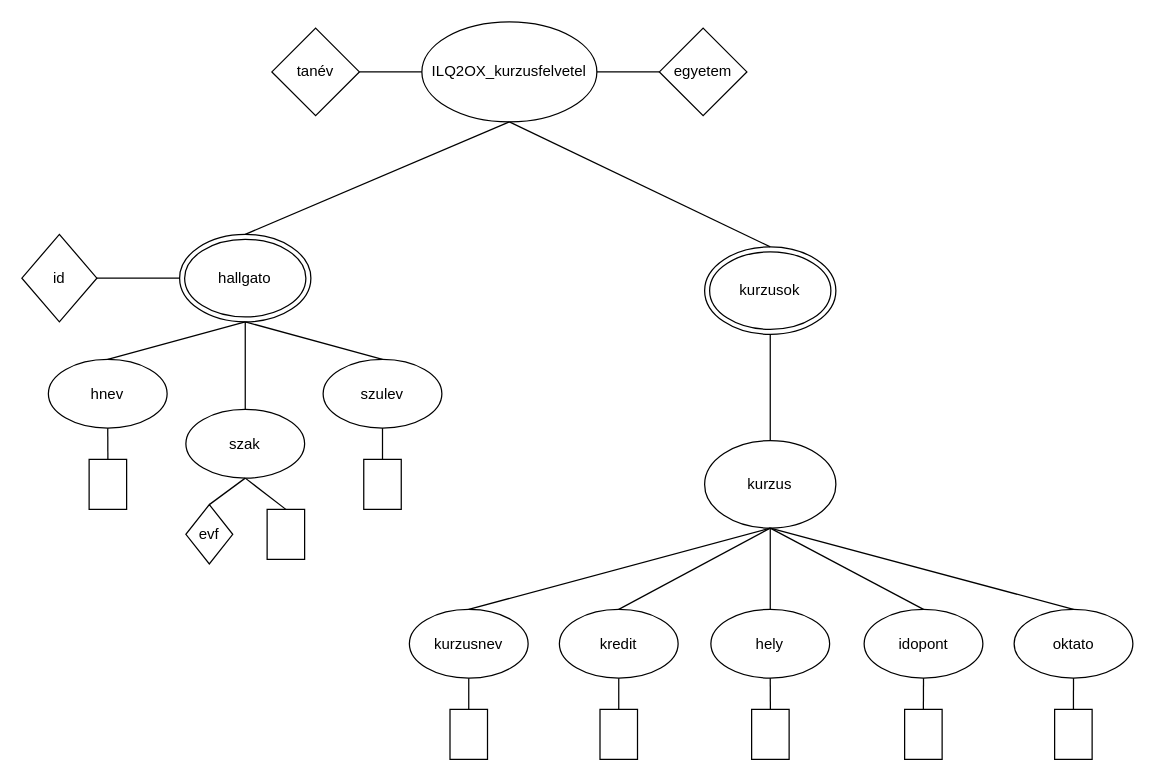
This is ILQ2OX_1007/kurzusfelvetel/ILQ2OX_kurzusfelvetel.drawio from DCsabezY/ILQ2OXWebXML, a draw.io file, before an edit. Source tidied: cells renumbered, new cells numbered last; positions are measured from the earlier drawing's top-left corner, leaving out a move shared by most shapes. Both pictures are drawn from the tidied source at 125%, with x=0, y=0 at pixel (21, 21).
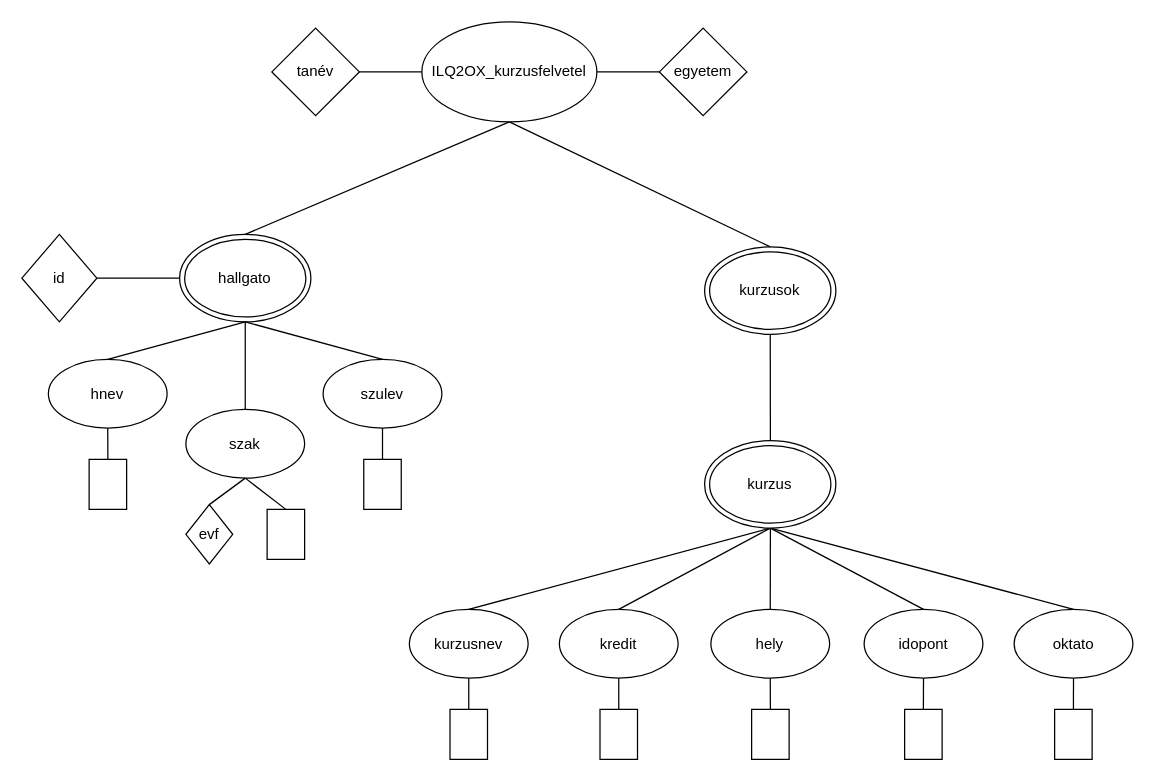
Above is the later version.

The change refers to these unchanged cells:
```xml
<mxCell id="14" value="kurzusok" style="ellipse;shape=doubleEllipse;whiteSpace=wrap;html=1;" parent="1" vertex="1">
  <mxGeometry x="546.2" y="180" width="105" height="70" as="geometry" />
</mxCell>
<mxCell id="16" value="hely" style="ellipse;whiteSpace=wrap;html=1;shapeInside=1;" parent="1" vertex="1">
  <mxGeometry x="551.2" y="470" width="95" height="55" as="geometry" />
</mxCell>
<mxCell id="18" value="idopont" style="ellipse;whiteSpace=wrap;html=1;shapeInside=1;" parent="1" vertex="1">
  <mxGeometry x="673.8" y="470" width="95" height="55" as="geometry" />
</mxCell>
<mxCell id="20" value="oktato" style="ellipse;whiteSpace=wrap;html=1;shapeInside=1;" parent="1" vertex="1">
  <mxGeometry x="793.8" y="470" width="95" height="55" as="geometry" />
</mxCell>
<mxCell id="22" value="kurzusnev" style="ellipse;whiteSpace=wrap;html=1;shapeInside=1;" parent="1" vertex="1">
  <mxGeometry x="310" y="470" width="95" height="55" as="geometry" />
</mxCell>
<mxCell id="24" value="kredit" style="ellipse;whiteSpace=wrap;html=1;shapeInside=1;" parent="1" vertex="1">
  <mxGeometry x="430" y="470" width="95" height="55" as="geometry" />
</mxCell>
```

The edit, as a diff of the source:
```diff
@@
-    <mxCell id="15" value="kurzus" style="ellipse;whiteSpace=wrap;html=1;shapeInside=1;" parent="1" vertex="1">
-      <mxGeometry x="546.2" y="335" width="105" height="70" as="geometry" />
-    </mxCell>
@@
-    <mxCell id="43" style="endArrow=none;html=1;rounded=0;exitX=0.5;exitY=0;exitDx=0;exitDy=0;entryX=0.5;entryY=1;entryDx=0;entryDy=0;" parent="1" edge="1" source="20" target="15">
-      <mxGeometry relative="1" as="geometry" />
+    <mxCell id="43" style="endArrow=none;html=1;rounded=0;exitX=0.5;exitY=0;exitDx=0;exitDy=0;entryX=0.5;entryY=1;entryDx=0;entryDy=0;" parent="1" edge="1" source="20">
+      <mxGeometry relative="1" as="geometry">
+        <mxPoint x="598.8" y="405" as="targetPoint" />
+      </mxGeometry>
     </mxCell>
-    <mxCell id="44" style="endArrow=none;html=1;rounded=0;exitX=0.5;exitY=1;exitDx=0;exitDy=0;entryX=0.5;entryY=0;entryDx=0;entryDy=0;" parent="1" edge="1" source="15" target="18">
-      <mxGeometry relative="1" as="geometry" />
+    <mxCell id="44" style="endArrow=none;html=1;rounded=0;exitX=0.5;exitY=1;exitDx=0;exitDy=0;entryX=0.5;entryY=0;entryDx=0;entryDy=0;" parent="1" edge="1" target="18">
+      <mxGeometry relative="1" as="geometry">
+        <mxPoint x="598.8" y="405" as="sourcePoint" />
+      </mxGeometry>
     </mxCell>
-    <mxCell id="45" style="endArrow=none;html=1;rounded=0;exitX=0.5;exitY=1;exitDx=0;exitDy=0;entryX=0.5;entryY=0;entryDx=0;entryDy=0;" parent="1" edge="1" source="15" target="16">
-      <mxGeometry relative="1" as="geometry" />
+    <mxCell id="45" style="endArrow=none;html=1;rounded=0;exitX=0.5;exitY=1;exitDx=0;exitDy=0;entryX=0.5;entryY=0;entryDx=0;entryDy=0;" parent="1" edge="1" target="16">
+      <mxGeometry relative="1" as="geometry">
+        <mxPoint x="598.8" y="405" as="sourcePoint" />
+      </mxGeometry>
     </mxCell>
-    <mxCell id="46" style="endArrow=none;html=1;rounded=0;exitX=0.5;exitY=1;exitDx=0;exitDy=0;entryX=0.5;entryY=0;entryDx=0;entryDy=0;" parent="1" edge="1" source="15" target="24">
-      <mxGeometry relative="1" as="geometry" />
+    <mxCell id="46" style="endArrow=none;html=1;rounded=0;exitX=0.5;exitY=1;exitDx=0;exitDy=0;entryX=0.5;entryY=0;entryDx=0;entryDy=0;" parent="1" edge="1" target="24">
+      <mxGeometry relative="1" as="geometry">
+        <mxPoint x="598.8" y="405" as="sourcePoint" />
+      </mxGeometry>
     </mxCell>
-    <mxCell id="47" style="endArrow=none;html=1;rounded=0;exitX=0.5;exitY=0;exitDx=0;exitDy=0;entryX=0.5;entryY=1;entryDx=0;entryDy=0;" parent="1" edge="1" source="22" target="15">
-      <mxGeometry relative="1" as="geometry" />
+    <mxCell id="47" style="endArrow=none;html=1;rounded=0;exitX=0.5;exitY=0;exitDx=0;exitDy=0;entryX=0.5;entryY=1;entryDx=0;entryDy=0;" parent="1" edge="1" source="22">
+      <mxGeometry relative="1" as="geometry">
+        <mxPoint x="598.8" y="405" as="targetPoint" />
+      </mxGeometry>
     </mxCell>
-    <mxCell id="48" style="endArrow=none;html=1;rounded=0;exitX=0.5;exitY=1;exitDx=0;exitDy=0;" parent="1" edge="1" source="14" target="15">
-      <mxGeometry relative="1" as="geometry" />
+    <mxCell id="48" style="endArrow=none;html=1;rounded=0;exitX=0.5;exitY=1;exitDx=0;exitDy=0;" parent="1" edge="1" source="14">
+      <mxGeometry relative="1" as="geometry">
+        <mxPoint x="598.8" y="335" as="targetPoint" />
+      </mxGeometry>
     </mxCell>
+    <mxCell id="15" value="kurzus" style="ellipse;shape=doubleEllipse;whiteSpace=wrap;html=1;" parent="1" vertex="1">
+      <mxGeometry x="546.2" y="335" width="105" height="70" as="geometry" />
+    </mxCell>
```
